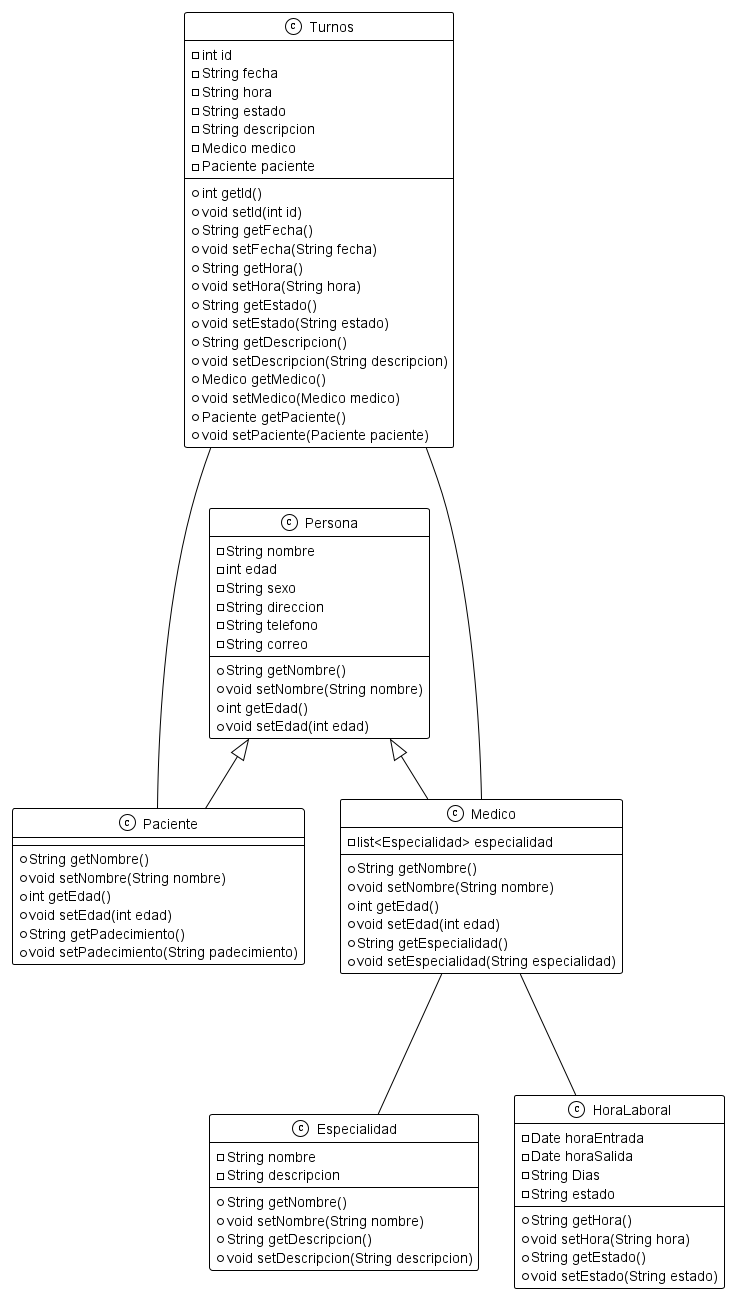
Before: clinicauml.png, a diagram exported from PlantUML (seba-cali/tp-cuatrimestral-equipo-23).
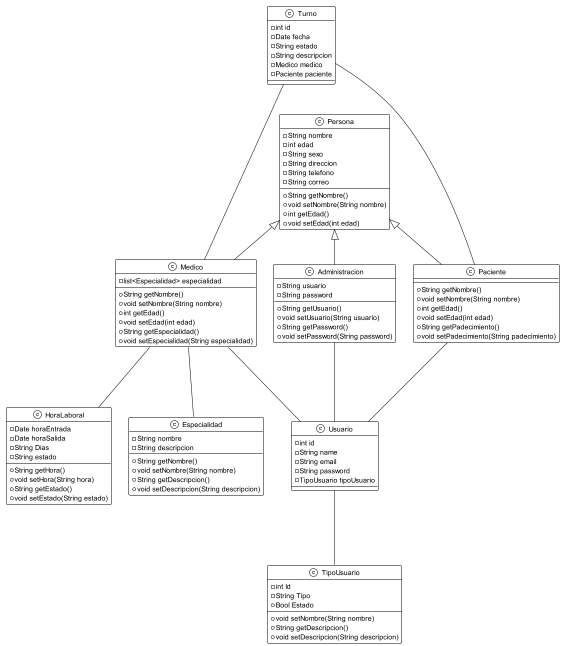
After the change.

The edit, as a diff of the source:
```diff
@@ -1,34 +1,34 @@
 @startuml
 !theme mono
-Turnos --- Paciente
-Turnos --- Medico
-Persona <|-- Medico
-Persona <|-- Paciente
+Turno --- Paciente
+Turno --- Medico
+
 Medico --- Especialidad
 Medico --- HoraLaboral
 
-class Turnos{
+
+Administracion --- Usuario
+Paciente --- Usuario
+Medico --- Usuario
+Usuario --- TipoUsuario
+
+
+
+
+class Usuario{
+-int id
+-String name
+-String email
+-String password
+-TipoUsuario tipoUsuario
+}
+class Turno{
     -int id
-    -String fecha
-    -String hora
+    -Date fecha
     -String estado
     -String descripcion
     -Medico medico
     -Paciente paciente
-    +int getId()
-    +void setId(int id)
-    +String getFecha()
-    +void setFecha(String fecha)
-    +String getHora()
-    +void setHora(String hora)
-    +String getEstado()
-    +void setEstado(String estado)
-    +String getDescripcion()
-    +void setDescripcion(String descripcion)
-    +Medico getMedico()
-    +void setMedico(Medico medico)
-    +Paciente getPaciente()
-    +void setPaciente(Paciente paciente)
     }
 
 class Persona{
@@ -43,7 +43,26 @@
     +int getEdad()
     +void setEdad(int edad)
 }
-class Medico{
+
+class Administracion extends Persona{
+    -String usuario
+    -String password
+    +String getUsuario()
+    +void setUsuario(String usuario)
+    +String getPassword()
+    +void setPassword(String password)
+
+}
+class Paciente extends Persona{
+
+    +String getNombre()
+    +void setNombre(String nombre)
+    +int getEdad()
+    +void setEdad(int edad)
+    +String getPadecimiento()
+    +void setPadecimiento(String padecimiento)
+}
+class Medico extends Persona{
     -list<Especialidad> especialidad
     +String getNombre()
     +void setNombre(String nombre)
@@ -51,15 +70,6 @@
     +void setEdad(int edad)
     +String getEspecialidad()
     +void setEspecialidad(String especialidad)
-}
-class Paciente{
-
-    +String getNombre()
-    +void setNombre(String nombre)
-    +int getEdad()
-    +void setEdad(int edad)
-    +String getPadecimiento()
-    +void setPadecimiento(String padecimiento)
 }
 class Especialidad{
     -String nombre
@@ -79,5 +89,13 @@
     +String getEstado()
     +void setEstado(String estado)
 }
+class TipoUsuario{
+    -int Id
+    -String Tipo
+    +Bool Estado
+    +void setNombre(String nombre)
+    +String getDescripcion()
+    +void setDescripcion(String descripcion)
+}
 
 @enduml
```
